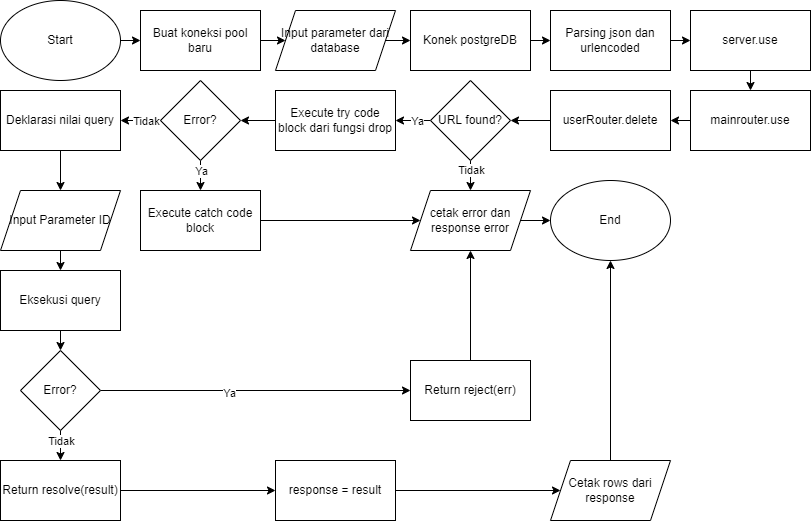
The draw.io diagram Diagram DELETE user.drawio.png in rsad100/beginner_backend, before a commit. Source tidied: cells renumbered, new cells last; positions are measured from the earlier drawing's top-left corner, leaving out a move shared by most shapes.
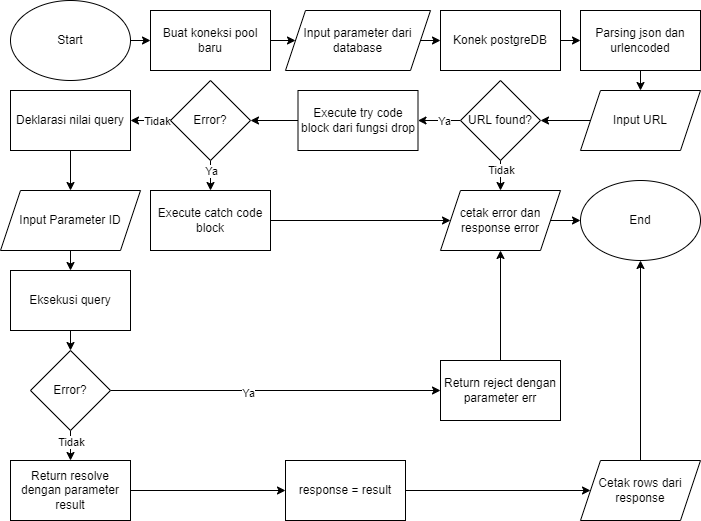
The same diagram one commit later.

Diff of the diagram source:
```diff
@@ -18,43 +18,25 @@
       <mxGeometry relative="1" as="geometry" />
     </mxCell>
     <mxCell id="7" value="Input parameter dari database" style="shape=parallelogram;perimeter=parallelogramPerimeter;whiteSpace=wrap;html=1;fixedSize=1;" parent="1" vertex="1">
-      <mxGeometry x="275" y="10" width="120" height="60" as="geometry" />
+      <mxGeometry x="275" y="10" width="145" height="60" as="geometry" />
     </mxCell>
     <mxCell id="8" style="edgeStyle=orthogonalEdgeStyle;rounded=0;jettySize=auto;html=1;exitX=1;exitY=0.5;exitDx=0;exitDy=0;entryX=0;entryY=0.5;entryDx=0;entryDy=0;" parent="1" edge="1" source="9" target="11">
       <mxGeometry relative="1" as="geometry" />
     </mxCell>
     <mxCell id="9" value="Konek postgreDB" style="rounded=0;whiteSpace=wrap;html=1;" parent="1" vertex="1">
-      <mxGeometry x="410" y="10" width="120" height="60" as="geometry" />
+      <mxGeometry x="430" y="10" width="120" height="60" as="geometry" />
     </mxCell>
-    <mxCell id="10" style="edgeStyle=orthogonalEdgeStyle;rounded=0;jettySize=auto;html=1;exitX=1;exitY=0.5;exitDx=0;exitDy=0;entryX=0;entryY=0.5;entryDx=0;entryDy=0;" parent="1" edge="1" source="11" target="13">
-      <mxGeometry relative="1" as="geometry" />
-    </mxCell>
+    <mxCell id="54" style="edgeStyle=orthogonalEdgeStyle;rounded=0;jettySize=auto;html=1;exitX=0.5;exitY=1;exitDx=0;exitDy=0;entryX=0.5;entryY=0;entryDx=0;entryDy=0;" parent="1" edge="1" source="11" target="56">
+      <mxGeometry relative="1" as="geometry" />
+    </mxCell>
     <mxCell id="11" value="Parsing json dan urlencoded" style="rounded=0;whiteSpace=wrap;html=1;" parent="1" vertex="1">
-      <mxGeometry x="550" y="10" width="120" height="60" as="geometry" />
+      <mxGeometry x="570" y="10" width="120" height="60" as="geometry" />
     </mxCell>
-    <mxCell id="12" style="edgeStyle=orthogonalEdgeStyle;rounded=0;jettySize=auto;html=1;exitX=0.5;exitY=1;exitDx=0;exitDy=0;entryX=0.5;entryY=0;entryDx=0;entryDy=0;" parent="1" edge="1" source="13" target="15">
-      <mxGeometry relative="1" as="geometry" />
-    </mxCell>
-    <mxCell id="13" value="server.use" style="rounded=0;whiteSpace=wrap;html=1;" parent="1" vertex="1">
-      <mxGeometry x="690" y="10" width="120" height="60" as="geometry" />
-    </mxCell>
-    <mxCell id="14" style="edgeStyle=orthogonalEdgeStyle;rounded=0;jettySize=auto;html=1;exitX=0;exitY=0.5;exitDx=0;exitDy=0;entryX=1;entryY=0.5;entryDx=0;entryDy=0;" parent="1" edge="1" source="15" target="17">
-      <mxGeometry relative="1" as="geometry" />
-    </mxCell>
-    <mxCell id="15" value="mainrouter.use" style="rounded=0;whiteSpace=wrap;html=1;" parent="1" vertex="1">
-      <mxGeometry x="690" y="90" width="120" height="60" as="geometry" />
-    </mxCell>
-    <mxCell id="16" style="edgeStyle=orthogonalEdgeStyle;rounded=0;jettySize=auto;html=1;exitX=0;exitY=0.5;exitDx=0;exitDy=0;entryX=1;entryY=0.5;entryDx=0;entryDy=0;" parent="1" edge="1" source="17" target="31">
-      <mxGeometry relative="1" as="geometry" />
-    </mxCell>
-    <mxCell id="17" value="userRouter.delete" style="rounded=0;whiteSpace=wrap;html=1;" parent="1" vertex="1">
-      <mxGeometry x="550" y="90" width="120" height="60" as="geometry" />
-    </mxCell>
     <mxCell id="18" style="edgeStyle=orthogonalEdgeStyle;rounded=0;jettySize=auto;html=1;exitX=0;exitY=0.5;exitDx=0;exitDy=0;entryX=1;entryY=0.5;entryDx=0;entryDy=0;" parent="1" edge="1" source="19" target="24">
       <mxGeometry relative="1" as="geometry" />
     </mxCell>
     <mxCell id="19" value="Execute try code block dari fungsi drop" style="rounded=0;whiteSpace=wrap;html=1;" parent="1" vertex="1">
-      <mxGeometry x="275" y="90" width="120" height="60" as="geometry" />
+      <mxGeometry x="287.5" y="90" width="120" height="60" as="geometry" />
     </mxCell>
     <mxCell id="20" style="edgeStyle=orthogonalEdgeStyle;rounded=0;jettySize=auto;html=1;exitX=0;exitY=0.5;exitDx=0;exitDy=0;entryX=1;entryY=0.5;entryDx=0;entryDy=0;" parent="1" edge="1" source="24" target="36">
       <mxGeometry relative="1" as="geometry" />
@@ -90,16 +72,16 @@
       <mxGeometry x="-0.37" relative="1" as="geometry" />
     </mxCell>
     <mxCell id="31" value="URL found?" style="rhombus;whiteSpace=wrap;html=1;" parent="1" vertex="1">
-      <mxGeometry x="430" y="80" width="80" height="80" as="geometry" />
+      <mxGeometry x="450" y="80" width="80" height="80" as="geometry" />
     </mxCell>
     <mxCell id="32" style="edgeStyle=orthogonalEdgeStyle;rounded=0;jettySize=auto;html=1;exitX=1;exitY=0.5;exitDx=0;exitDy=0;entryX=0;entryY=0.5;entryDx=0;entryDy=0;" parent="1" edge="1" source="33" target="34">
       <mxGeometry relative="1" as="geometry" />
     </mxCell>
     <mxCell id="33" value="cetak error dan response error" style="shape=parallelogram;perimeter=parallelogramPerimeter;whiteSpace=wrap;html=1;fixedSize=1;" parent="1" vertex="1">
-      <mxGeometry x="410" y="190" width="120" height="60" as="geometry" />
+      <mxGeometry x="430" y="190" width="120" height="60" as="geometry" />
     </mxCell>
     <mxCell id="34" value="End" style="ellipse;whiteSpace=wrap;html=1;" parent="1" vertex="1">
-      <mxGeometry x="550" y="180" width="120" height="80" as="geometry" />
+      <mxGeometry x="570" y="180" width="120" height="80" as="geometry" />
     </mxCell>
     <mxCell id="35" style="edgeStyle=orthogonalEdgeStyle;rounded=0;jettySize=auto;html=1;exitX=0.5;exitY=1;exitDx=0;exitDy=0;entryX=0.5;entryY=0;entryDx=0;entryDy=0;" parent="1" edge="1" source="36" target="53">
       <mxGeometry relative="1" as="geometry" />
@@ -131,20 +113,20 @@
     <mxCell id="44" style="edgeStyle=orthogonalEdgeStyle;rounded=0;jettySize=auto;html=1;exitX=1;exitY=0.5;exitDx=0;exitDy=0;entryX=0;entryY=0.5;entryDx=0;entryDy=0;" parent="1" edge="1" source="45" target="51">
       <mxGeometry relative="1" as="geometry" />
     </mxCell>
-    <mxCell id="45" value="Return resolve(result)" style="rounded=0;whiteSpace=wrap;html=1;" parent="1" vertex="1">
+    <mxCell id="45" value="Return resolve dengan parameter result" style="rounded=0;whiteSpace=wrap;html=1;" parent="1" vertex="1">
       <mxGeometry y="460" width="120" height="60" as="geometry" />
     </mxCell>
     <mxCell id="46" style="edgeStyle=orthogonalEdgeStyle;rounded=0;jettySize=auto;html=1;exitX=0.5;exitY=0;exitDx=0;exitDy=0;entryX=0.5;entryY=1;entryDx=0;entryDy=0;" parent="1" edge="1" source="47" target="33">
       <mxGeometry relative="1" as="geometry" />
     </mxCell>
-    <mxCell id="47" value="Return reject(err)" style="rounded=0;whiteSpace=wrap;html=1;" parent="1" vertex="1">
-      <mxGeometry x="410" y="360" width="120" height="60" as="geometry" />
+    <mxCell id="47" value="Return reject dengan parameter err" style="rounded=0;whiteSpace=wrap;html=1;" parent="1" vertex="1">
+      <mxGeometry x="430" y="360" width="120" height="60" as="geometry" />
     </mxCell>
     <mxCell id="48" style="edgeStyle=orthogonalEdgeStyle;rounded=0;jettySize=auto;html=1;exitX=0.5;exitY=0;exitDx=0;exitDy=0;entryX=0.5;entryY=1;entryDx=0;entryDy=0;" parent="1" edge="1" source="49" target="34">
       <mxGeometry relative="1" as="geometry" />
     </mxCell>
     <mxCell id="49" value="Cetak rows dari response" style="shape=parallelogram;perimeter=parallelogramPerimeter;whiteSpace=wrap;html=1;fixedSize=1;" parent="1" vertex="1">
-      <mxGeometry x="550" y="460" width="120" height="60" as="geometry" />
+      <mxGeometry x="570" y="460" width="120" height="60" as="geometry" />
     </mxCell>
     <mxCell id="50" style="edgeStyle=orthogonalEdgeStyle;rounded=0;jettySize=auto;html=1;exitX=1;exitY=0.5;exitDx=0;exitDy=0;entryX=0;entryY=0.5;entryDx=0;entryDy=0;" parent="1" edge="1" source="51" target="49">
       <mxGeometry relative="1" as="geometry" />
@@ -156,7 +138,13 @@
       <mxGeometry relative="1" as="geometry" />
     </mxCell>
     <mxCell id="53" value="Input Parameter ID" style="shape=parallelogram;perimeter=parallelogramPerimeter;whiteSpace=wrap;html=1;fixedSize=1;" parent="1" vertex="1">
-      <mxGeometry y="190" width="120" height="60" as="geometry" />
+      <mxGeometry x="-10" y="190" width="140" height="60" as="geometry" />
     </mxCell>
+    <mxCell id="55" style="edgeStyle=orthogonalEdgeStyle;rounded=0;jettySize=auto;html=1;exitX=0;exitY=0.5;exitDx=0;exitDy=0;entryX=1;entryY=0.5;entryDx=0;entryDy=0;" parent="1" edge="1" source="56" target="31">
+      <mxGeometry relative="1" as="geometry" />
+    </mxCell>
+    <mxCell id="56" value="Input URL" style="shape=parallelogram;perimeter=parallelogramPerimeter;whiteSpace=wrap;html=1;fixedSize=1;" parent="1" vertex="1">
+      <mxGeometry x="570" y="90" width="120" height="60" as="geometry" />
+    </mxCell>
   </root>
 </mxGraphModel>
```
